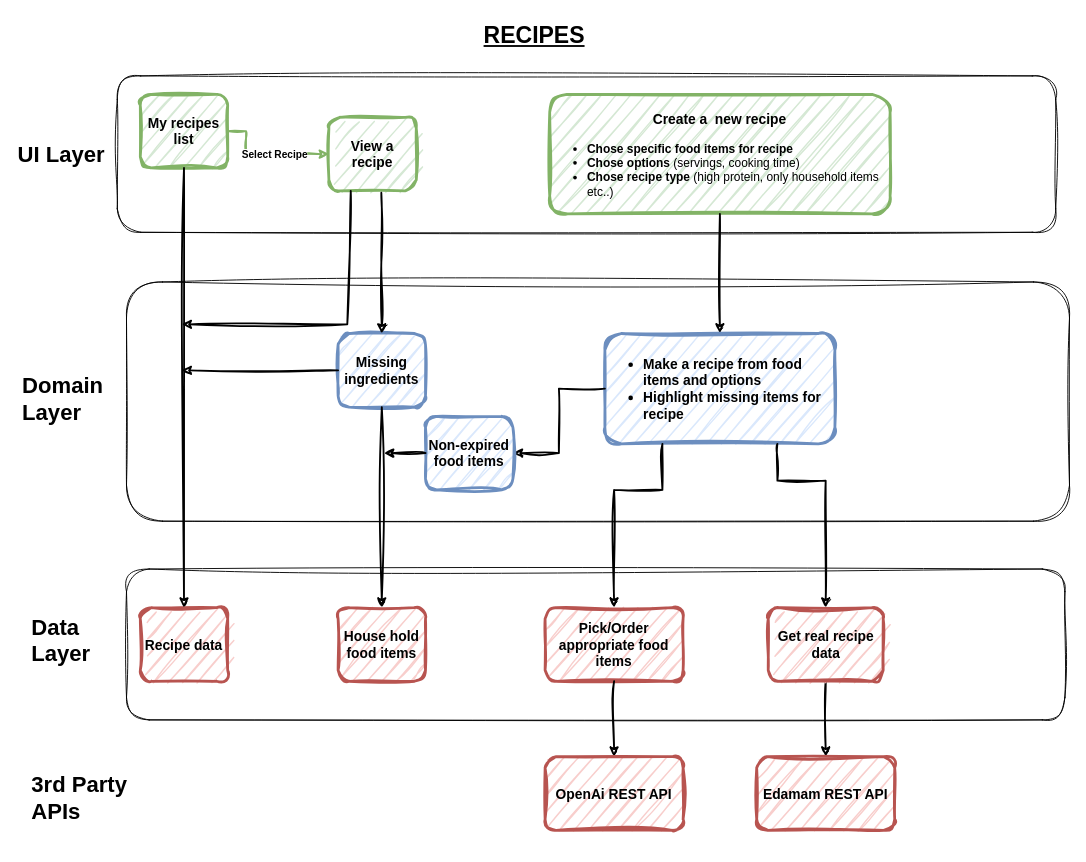
This is page "Recipes" (1 of 3) of ArchitectureDiagram.drawio from commit-crimes/shelf-life, a draw.io file, before an edit. Source tidied: cells renumbered, new cells numbered last; positions are measured from the earlier drawing's top-left corner, leaving out a move shared by most shapes. Both pictures are drawn from the tidied source at 92%, with x=0, y=0 at pixel (16, 16).
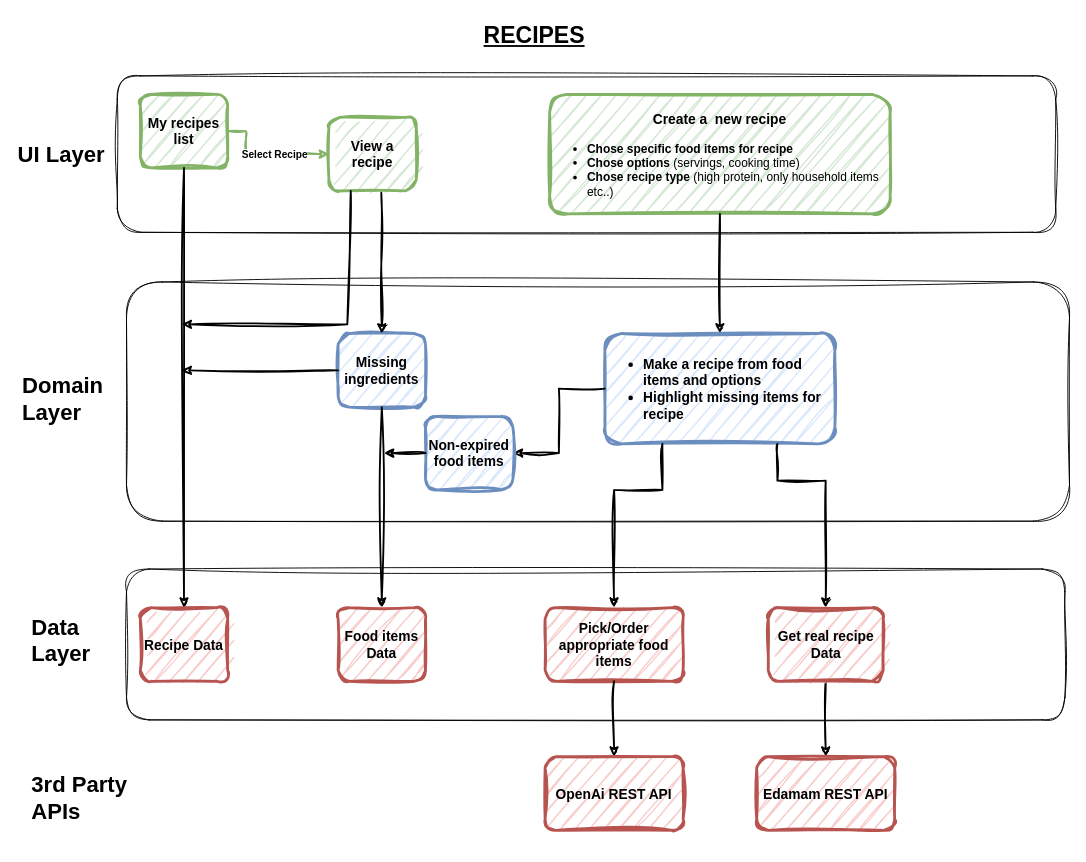
The same diagram, later.

Change to the diagram source:
```diff
@@
-    <mxCell id="11" value="&lt;h3 style=&quot;font-size: 15px;&quot;&gt;Recipe data&lt;/h3&gt;" style="rounded=1;whiteSpace=wrap;html=1;fillColor=#f8cecc;strokeColor=#b85450;fillStyle=hatch;strokeWidth=3;perimeterSpacing=0;sketch=1;curveFitting=1;jiggle=2;" parent="1" vertex="1">
+    <mxCell id="11" value="&lt;h3 style=&quot;font-size: 15px;&quot;&gt;Recipe Data&lt;/h3&gt;" style="rounded=1;whiteSpace=wrap;html=1;fillColor=#f8cecc;strokeColor=#b85450;fillStyle=hatch;strokeWidth=3;perimeterSpacing=0;sketch=1;curveFitting=1;jiggle=2;" parent="1" vertex="1">
       <mxGeometry x="135" y="643" width="95" height="80" as="geometry" />
     </mxCell>
@@
-    <mxCell id="16" value="&lt;h3 style=&quot;font-size: 15px;&quot;&gt;House hold food items&lt;/h3&gt;" style="rounded=1;whiteSpace=wrap;html=1;fillColor=#f8cecc;strokeColor=#b85450;fillStyle=hatch;strokeWidth=3;perimeterSpacing=0;sketch=1;curveFitting=1;jiggle=2;" parent="1" vertex="1">
+    <mxCell id="16" value="&lt;h3 style=&quot;font-size: 15px;&quot;&gt;Food items Data&lt;/h3&gt;" style="rounded=1;whiteSpace=wrap;html=1;fillColor=#f8cecc;strokeColor=#b85450;fillStyle=hatch;strokeWidth=3;perimeterSpacing=0;sketch=1;curveFitting=1;jiggle=2;" parent="1" vertex="1">
       <mxGeometry x="350" y="643" width="95" height="80" as="geometry" />
     </mxCell>
@@
-    <mxCell id="31" value="&lt;h3 style=&quot;font-size: 15px;&quot;&gt;&lt;span style=&quot;text-align: left;&quot;&gt;Get real recipe data&lt;/span&gt;&lt;br&gt;&lt;/h3&gt;" style="rounded=1;whiteSpace=wrap;html=1;fillColor=#f8cecc;strokeColor=#b85450;fillStyle=hatch;strokeWidth=3;perimeterSpacing=0;sketch=1;curveFitting=1;jiggle=2;" parent="1" vertex="1">
+    <mxCell id="31" value="&lt;h3 style=&quot;font-size: 15px;&quot;&gt;&lt;span style=&quot;text-align: left;&quot;&gt;Get real recipe Data&lt;/span&gt;&lt;br&gt;&lt;/h3&gt;" style="rounded=1;whiteSpace=wrap;html=1;fillColor=#f8cecc;strokeColor=#b85450;fillStyle=hatch;strokeWidth=3;perimeterSpacing=0;sketch=1;curveFitting=1;jiggle=2;" parent="1" vertex="1">
       <mxGeometry x="817.5" y="643" width="125" height="80" as="geometry" />
     </mxCell>
```
